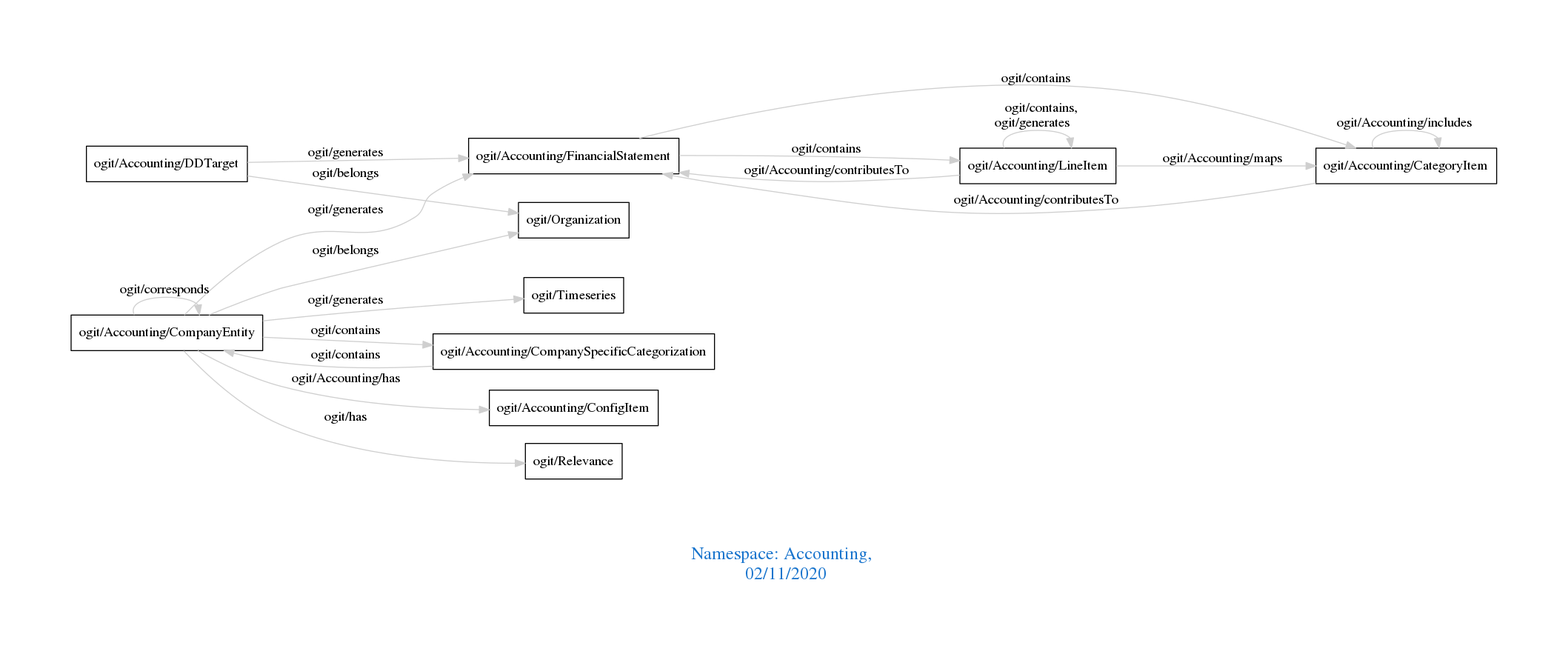
This is downloads/Accounting.png from arago/OGIT, a Graphviz export, as it was before one commit. Its source is kept beside it as downloads/Accounting.dot. The source it was exported from:
```dot
digraph OGIT_ontology {
 graph [ rankdir= LR,pad=1
fontsize = 18,
fontcolor= dodgerblue3,label = "\n\n\nNamespace: Accounting, \n 02/11/2020"];
node[shape=polygon];
edge [  color="gray81"];

   "ogit/Accounting/CompanyEntity" -> "ogit/Accounting/CompanySpecificCategorization" [label="   ogit/contains    "];
   "ogit/Accounting/CompanySpecificCategorization" -> "ogit/Accounting/CompanyEntity" [label="   ogit/contains    "];
   "ogit/Accounting/FinancialStatement" -> "ogit/Accounting/LineItem" [label="   ogit/contains    "];
   "ogit/Accounting/FinancialStatement" -> "ogit/Accounting/CategoryItem" [label="   ogit/contains    "];
   "ogit/Accounting/CompanyEntity" -> "ogit/Accounting/FinancialStatement" [label="   ogit/generates    "];
   "ogit/Accounting/CompanyEntity" -> "ogit/Timeseries" [label="   ogit/generates    "];
   "ogit/Accounting/DDTarget" -> "ogit/Accounting/FinancialStatement" [label="   ogit/generates    "];
   "ogit/Accounting/CategoryItem" -> "ogit/Accounting/FinancialStatement" [label="   ogit/Accounting/contributesTo    "];
   "ogit/Accounting/LineItem" -> "ogit/Accounting/FinancialStatement" [label="   ogit/Accounting/contributesTo    "];
   "ogit/Accounting/LineItem" -> "ogit/Accounting/CategoryItem" [label="   ogit/Accounting/maps    "];
   "ogit/Accounting/CompanyEntity" -> "ogit/Organization" [label="   ogit/belongs    "];
   "ogit/Accounting/DDTarget" -> "ogit/Organization" [label="   ogit/belongs    "];
   "ogit/Accounting/CompanyEntity" -> "ogit/Accounting/ConfigItem" [label="   ogit/Accounting/has    "];
   "ogit/Accounting/CompanyEntity" -> "ogit/Relevance" [label="   ogit/has    "];
   "ogit/Accounting/CategoryItem" -> "ogit/Accounting/CategoryItem" [label="   ogit/Accounting/includes    "];
   "ogit/Accounting/CompanyEntity" -> "ogit/Accounting/CompanyEntity" [label="   ogit/corresponds    "];
   "ogit/Accounting/LineItem" -> "ogit/Accounting/LineItem" [label="   ogit/contains, \n ogit/generates    "];
}
```
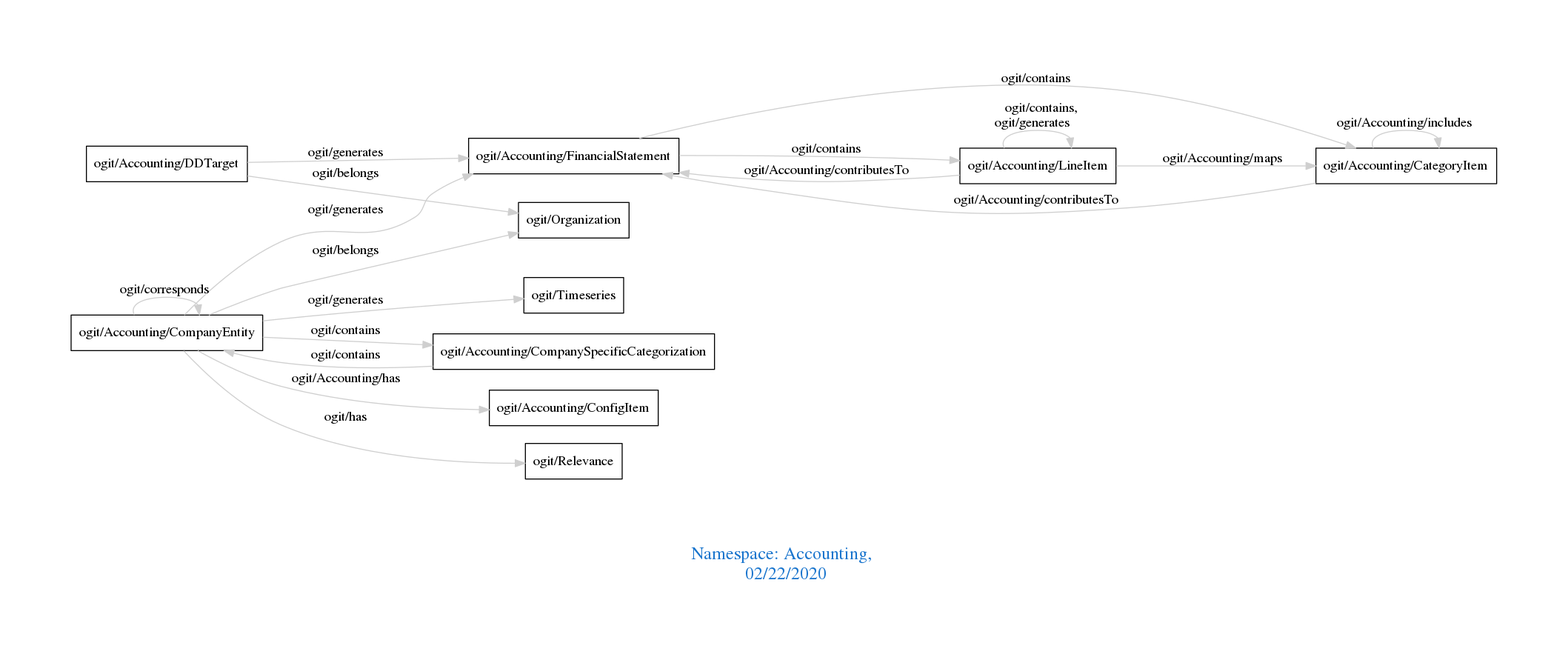
The same diagram one commit later.

What changed in the source:
```diff
@@ -1,7 +1,7 @@
 digraph OGIT_ontology {
  graph [ rankdir= LR,pad=1
 fontsize = 18,
-fontcolor= dodgerblue3,label = "\n\n\nNamespace: Accounting, \n 02/11/2020"];
+fontcolor= dodgerblue3,label = "\n\n\nNamespace: Accounting, \n 02/22/2020"];
 node[shape=polygon];
 edge [  color="gray81"];
 
```
